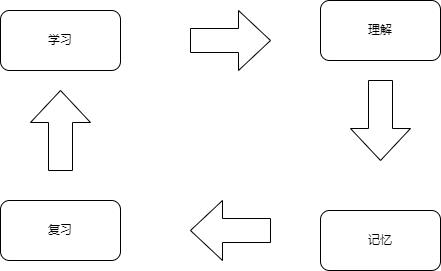
The draw.io diagram 学习流程图.drawio.png in alowisdom/draw, before a commit. Source tidied: cells renumbered, new cells last; positions are measured from the earlier drawing's top-left corner, leaving out a move shared by most shapes. Its diagram source:
```xml
<mxGraphModel>
  <root>
    <mxCell id="0" />
    <mxCell id="1" parent="0" />
    <mxCell id="2" value="学习" style="rounded=1;whiteSpace=wrap;html=1;" parent="1" vertex="1">
      <mxGeometry y="10" width="120" height="60" as="geometry" />
    </mxCell>
    <mxCell id="3" value="理解" style="rounded=1;whiteSpace=wrap;html=1;" parent="1" vertex="1">
      <mxGeometry x="320" width="120" height="60" as="geometry" />
    </mxCell>
    <mxCell id="4" value="记忆" style="rounded=1;whiteSpace=wrap;html=1;" parent="1" vertex="1">
      <mxGeometry x="320" y="210" width="120" height="60" as="geometry" />
    </mxCell>
    <mxCell id="5" value="复习" style="rounded=1;whiteSpace=wrap;html=1;" parent="1" vertex="1">
      <mxGeometry y="200" width="120" height="60" as="geometry" />
    </mxCell>
    <mxCell id="6" style="shape=singleArrow;whiteSpace=wrap;html=1;arrowWidth=0.4;arrowSize=0.4;" parent="1" vertex="1">
      <mxGeometry x="190" y="10" width="80" height="60" as="geometry" />
    </mxCell>
    <mxCell id="7" style="shape=singleArrow;whiteSpace=wrap;html=1;arrowWidth=0.4;arrowSize=0.4;rotation=90;" parent="1" vertex="1">
      <mxGeometry x="340" y="90" width="80" height="60" as="geometry" />
    </mxCell>
    <mxCell id="8" style="shape=singleArrow;whiteSpace=wrap;html=1;arrowWidth=0.4;arrowSize=0.4;rotation=-180;" parent="1" vertex="1">
      <mxGeometry x="190" y="200" width="80" height="60" as="geometry" />
    </mxCell>
    <mxCell id="9" style="shape=singleArrow;whiteSpace=wrap;html=1;arrowWidth=0.4;arrowSize=0.4;rotation=-90;" parent="1" vertex="1">
      <mxGeometry x="20" y="100" width="80" height="60" as="geometry" />
    </mxCell>
  </root>
</mxGraphModel>
```
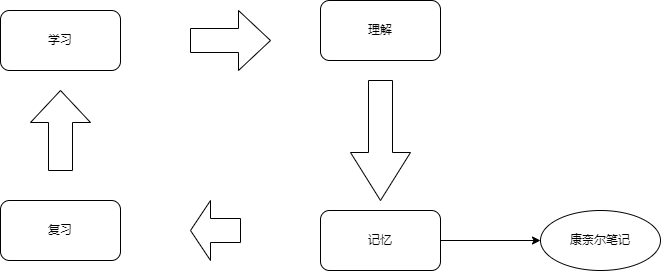
Later version of the same file.

Commit message:
更新学习流程图.drawio.png

The edit, as a diff of the source:
```diff
@@ -8,6 +8,9 @@
     <mxCell id="3" value="理解" style="rounded=1;whiteSpace=wrap;html=1;" parent="1" vertex="1">
       <mxGeometry x="320" width="120" height="60" as="geometry" />
     </mxCell>
+    <mxCell id="10" style="edgeStyle=orthogonalEdgeStyle;rounded=0;jettySize=auto;html=1;" parent="1" edge="1" source="4" target="11">
+      <mxGeometry relative="1" as="geometry" />
+    </mxCell>
     <mxCell id="4" value="记忆" style="rounded=1;whiteSpace=wrap;html=1;" parent="1" vertex="1">
       <mxGeometry x="320" y="210" width="120" height="60" as="geometry" />
     </mxCell>
@@ -18,13 +21,16 @@
       <mxGeometry x="190" y="10" width="80" height="60" as="geometry" />
     </mxCell>
     <mxCell id="7" style="shape=singleArrow;whiteSpace=wrap;html=1;arrowWidth=0.4;arrowSize=0.4;rotation=90;" parent="1" vertex="1">
-      <mxGeometry x="340" y="90" width="80" height="60" as="geometry" />
+      <mxGeometry x="320" y="110" width="120" height="60" as="geometry" />
     </mxCell>
     <mxCell id="8" style="shape=singleArrow;whiteSpace=wrap;html=1;arrowWidth=0.4;arrowSize=0.4;rotation=-180;" parent="1" vertex="1">
-      <mxGeometry x="190" y="200" width="80" height="60" as="geometry" />
+      <mxGeometry x="190" y="200" width="50" height="60" as="geometry" />
     </mxCell>
     <mxCell id="9" style="shape=singleArrow;whiteSpace=wrap;html=1;arrowWidth=0.4;arrowSize=0.4;rotation=-90;" parent="1" vertex="1">
       <mxGeometry x="20" y="100" width="80" height="60" as="geometry" />
     </mxCell>
+    <mxCell id="11" value="康奈尔笔记" style="ellipse;whiteSpace=wrap;html=1;" parent="1" vertex="1">
+      <mxGeometry x="540" y="210" width="120" height="60" as="geometry" />
+    </mxCell>
   </root>
 </mxGraphModel>
```
